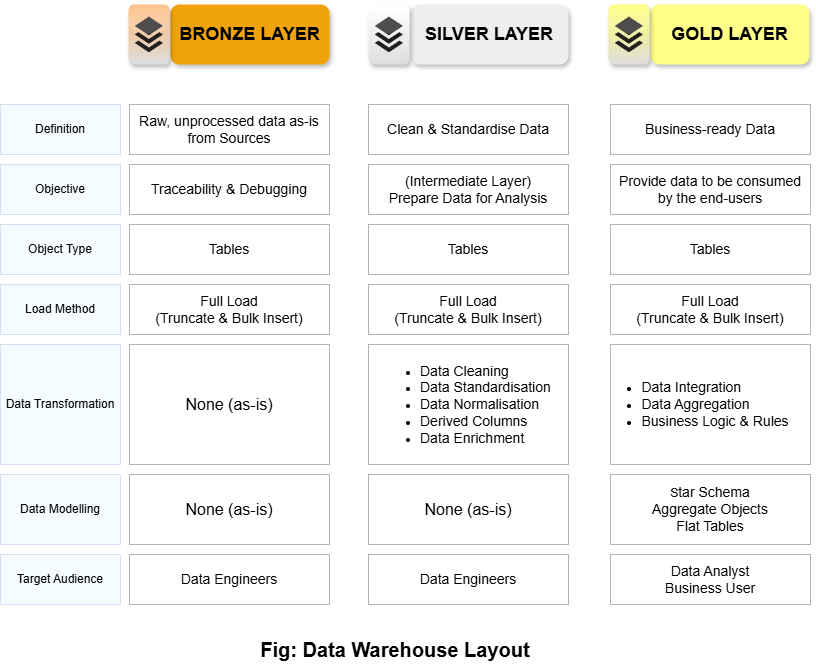
This is architecture/layout.png from abdulbari80/databricks-lakehouse, a draw.io export, as it was before one commit. Source tidied: cells renumbered, new cells last; positions are measured from the earlier drawing's top-left corner, leaving out a move shared by most shapes.
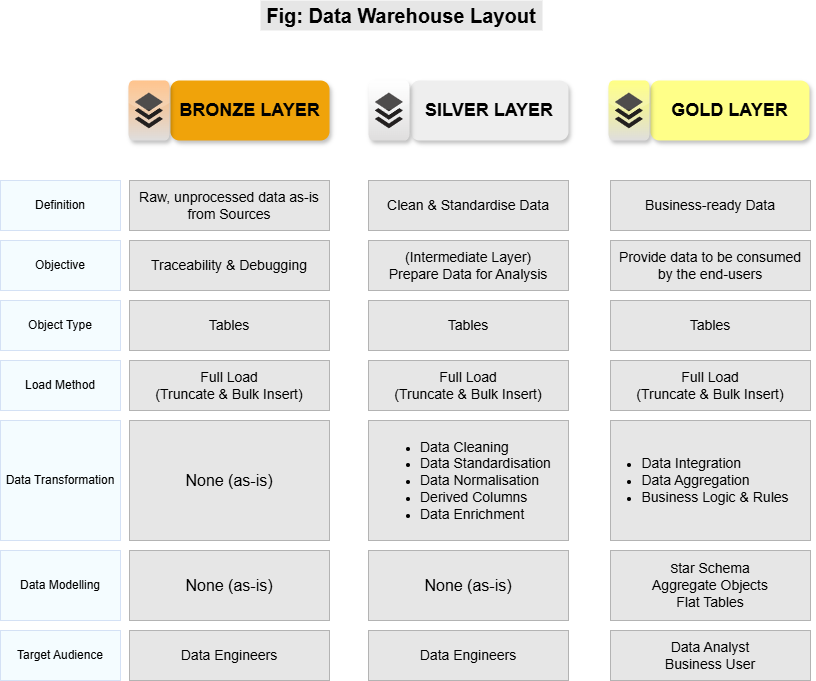
Above is the later version.

What changed in the source:
```diff
@@ -11,10 +11,10 @@
     <mxCell id="4" value="&lt;font style=&quot;font-size: 18px;&quot;&gt;&lt;b&gt;GOLD LAYER&lt;/b&gt;&lt;/font&gt;" style="rounded=1;whiteSpace=wrap;html=1;fillColor=#ffff88;strokeColor=none;shadow=1;" parent="1" vertex="1">
       <mxGeometry x="650" width="159" height="60" as="geometry" />
     </mxCell>
-    <mxCell id="5" value="Raw, unprocessed data as-is from Sources" style="rounded=0;whiteSpace=wrap;html=1;fontSize=14;strokeColor=#B3B3B3;" parent="1" vertex="1">
+    <mxCell id="5" value="Raw, unprocessed data as-is from Sources" style="rounded=0;whiteSpace=wrap;html=1;fontSize=14;strokeColor=#B3B3B3;fillColor=#E6E6E6;" parent="1" vertex="1">
       <mxGeometry x="129" y="100" width="200" height="50" as="geometry" />
     </mxCell>
-    <mxCell id="6" value="&lt;span style=&quot;font-size: 14px;&quot;&gt;Traceability &amp;amp; Debugging&lt;/span&gt;" style="rounded=0;whiteSpace=wrap;html=1;strokeColor=#B3B3B3;" parent="1" vertex="1">
+    <mxCell id="6" value="&lt;span style=&quot;font-size: 14px;&quot;&gt;Traceability &amp;amp; Debugging&lt;/span&gt;" style="rounded=0;whiteSpace=wrap;html=1;strokeColor=#B3B3B3;fillColor=#E6E6E6;" parent="1" vertex="1">
       <mxGeometry x="129" y="160" width="200" height="50" as="geometry" />
     </mxCell>
     <mxCell id="7" value="Definition" style="rounded=0;whiteSpace=wrap;html=1;strokeColor=#D4E1F5;fillColor=#F4FCFF;" parent="1" vertex="1">
@@ -26,16 +26,16 @@
     <mxCell id="9" value="Object Type" style="rounded=0;whiteSpace=wrap;html=1;strokeColor=#D4E1F5;fillColor=#F4FCFF;" parent="1" vertex="1">
       <mxGeometry y="220" width="120" height="50" as="geometry" />
     </mxCell>
-    <mxCell id="10" value="&lt;font style=&quot;font-size: 14px;&quot;&gt;Tables&lt;/font&gt;" style="rounded=0;whiteSpace=wrap;html=1;strokeColor=#B3B3B3;" parent="1" vertex="1">
+    <mxCell id="10" value="&lt;font style=&quot;font-size: 14px;&quot;&gt;Tables&lt;/font&gt;" style="rounded=0;whiteSpace=wrap;html=1;strokeColor=#B3B3B3;fillColor=#E6E6E6;" parent="1" vertex="1">
       <mxGeometry x="129" y="220" width="200" height="50" as="geometry" />
     </mxCell>
     <mxCell id="11" value="Load Method" style="rounded=0;whiteSpace=wrap;html=1;strokeColor=#D4E1F5;fillColor=#F4FCFF;" parent="1" vertex="1">
       <mxGeometry y="280" width="120" height="50" as="geometry" />
     </mxCell>
-    <mxCell id="12" value="&lt;font style=&quot;font-size: 14px;&quot;&gt;Full Load&lt;/font&gt;&lt;div&gt;&lt;font style=&quot;font-size: 14px;&quot;&gt;(Truncate &amp;amp; Bulk Insert)&lt;/font&gt;&lt;/div&gt;" style="rounded=0;whiteSpace=wrap;html=1;strokeColor=#B3B3B3;" parent="1" vertex="1">
+    <mxCell id="12" value="&lt;font style=&quot;font-size: 14px;&quot;&gt;Full Load&lt;/font&gt;&lt;div&gt;&lt;font style=&quot;font-size: 14px;&quot;&gt;(Truncate &amp;amp; Bulk Insert)&lt;/font&gt;&lt;/div&gt;" style="rounded=0;whiteSpace=wrap;html=1;strokeColor=#B3B3B3;fillColor=#E6E6E6;" parent="1" vertex="1">
       <mxGeometry x="129" y="280" width="200" height="50" as="geometry" />
     </mxCell>
-    <mxCell id="13" value="&lt;font style=&quot;font-size: 16px;&quot;&gt;None (as-is)&lt;/font&gt;" style="rounded=0;whiteSpace=wrap;html=1;strokeColor=#B3B3B3;" parent="1" vertex="1">
+    <mxCell id="13" value="&lt;font style=&quot;font-size: 16px;&quot;&gt;None (as-is)&lt;/font&gt;" style="rounded=0;whiteSpace=wrap;html=1;strokeColor=#B3B3B3;fillColor=#E6E6E6;" parent="1" vertex="1">
       <mxGeometry x="129" y="340" width="200" height="120" as="geometry" />
     </mxCell>
     <mxCell id="14" value="Data Transformation" style="rounded=0;whiteSpace=wrap;html=1;strokeColor=#D4E1F5;fillColor=#F4FCFF;" parent="1" vertex="1">
@@ -44,55 +44,55 @@
     <mxCell id="15" value="Data Modelling" style="rounded=0;whiteSpace=wrap;html=1;strokeColor=#D4E1F5;fillColor=#F4FCFF;" parent="1" vertex="1">
       <mxGeometry y="470" width="120" height="70" as="geometry" />
     </mxCell>
-    <mxCell id="16" value="&lt;font style=&quot;font-size: 16px;&quot;&gt;None (as-is)&lt;/font&gt;" style="rounded=0;whiteSpace=wrap;html=1;strokeColor=#B3B3B3;" parent="1" vertex="1">
+    <mxCell id="16" value="&lt;font style=&quot;font-size: 16px;&quot;&gt;None (as-is)&lt;/font&gt;" style="rounded=0;whiteSpace=wrap;html=1;strokeColor=#B3B3B3;fillColor=#E6E6E6;" parent="1" vertex="1">
       <mxGeometry x="129" y="470" width="200" height="70" as="geometry" />
     </mxCell>
     <mxCell id="17" value="Target Audience" style="rounded=0;whiteSpace=wrap;html=1;strokeColor=#D4E1F5;fillColor=#F4FCFF;" parent="1" vertex="1">
       <mxGeometry y="550" width="120" height="50" as="geometry" />
     </mxCell>
-    <mxCell id="18" value="&lt;font style=&quot;font-size: 14px;&quot;&gt;Data Engineers&lt;/font&gt;" style="rounded=0;whiteSpace=wrap;html=1;strokeColor=#B3B3B3;" parent="1" vertex="1">
+    <mxCell id="18" value="&lt;font style=&quot;font-size: 14px;&quot;&gt;Data Engineers&lt;/font&gt;" style="rounded=0;whiteSpace=wrap;html=1;strokeColor=#B3B3B3;fillColor=#E6E6E6;" parent="1" vertex="1">
       <mxGeometry x="129" y="550" width="200" height="50" as="geometry" />
     </mxCell>
-    <mxCell id="19" value="Clean &amp;amp; Standardise Data" style="rounded=0;whiteSpace=wrap;html=1;fontSize=14;strokeColor=#B3B3B3;" parent="1" vertex="1">
+    <mxCell id="19" value="Clean &amp;amp; Standardise Data" style="rounded=0;whiteSpace=wrap;html=1;fontSize=14;strokeColor=#B3B3B3;fillColor=#E6E6E6;" parent="1" vertex="1">
       <mxGeometry x="368" y="100" width="200" height="50" as="geometry" />
     </mxCell>
-    <mxCell id="20" value="&lt;span style=&quot;font-size: 14px;&quot;&gt;(Intermediate Layer)&lt;/span&gt;&lt;div&gt;&lt;span style=&quot;font-size: 14px;&quot;&gt;Prepare Data for Analysis&lt;/span&gt;&lt;/div&gt;" style="rounded=0;whiteSpace=wrap;html=1;strokeColor=#B3B3B3;" parent="1" vertex="1">
+    <mxCell id="20" value="&lt;span style=&quot;font-size: 14px;&quot;&gt;(Intermediate Layer)&lt;/span&gt;&lt;div&gt;&lt;span style=&quot;font-size: 14px;&quot;&gt;Prepare Data for Analysis&lt;/span&gt;&lt;/div&gt;" style="rounded=0;whiteSpace=wrap;html=1;strokeColor=#B3B3B3;fillColor=#E6E6E6;" parent="1" vertex="1">
       <mxGeometry x="368" y="160" width="200" height="50" as="geometry" />
     </mxCell>
-    <mxCell id="21" value="&lt;font style=&quot;font-size: 14px;&quot;&gt;Tables&lt;/font&gt;" style="rounded=0;whiteSpace=wrap;html=1;strokeColor=#B3B3B3;" parent="1" vertex="1">
+    <mxCell id="21" value="&lt;font style=&quot;font-size: 14px;&quot;&gt;Tables&lt;/font&gt;" style="rounded=0;whiteSpace=wrap;html=1;strokeColor=#B3B3B3;fillColor=#E6E6E6;" parent="1" vertex="1">
       <mxGeometry x="368" y="220" width="200" height="50" as="geometry" />
     </mxCell>
-    <mxCell id="22" value="&lt;font style=&quot;font-size: 14px;&quot;&gt;Full Load&lt;/font&gt;&lt;div&gt;&lt;font style=&quot;font-size: 14px;&quot;&gt;(Truncate &amp;amp; Bulk Insert)&lt;/font&gt;&lt;/div&gt;" style="rounded=0;whiteSpace=wrap;html=1;strokeColor=#B3B3B3;" parent="1" vertex="1">
+    <mxCell id="22" value="&lt;font style=&quot;font-size: 14px;&quot;&gt;Full Load&lt;/font&gt;&lt;div&gt;&lt;font style=&quot;font-size: 14px;&quot;&gt;(Truncate &amp;amp; Bulk Insert)&lt;/font&gt;&lt;/div&gt;" style="rounded=0;whiteSpace=wrap;html=1;strokeColor=#B3B3B3;fillColor=#E6E6E6;" parent="1" vertex="1">
       <mxGeometry x="368" y="280" width="200" height="50" as="geometry" />
     </mxCell>
-    <mxCell id="23" value="&lt;blockquote style=&quot;margin: 0 0 0 40px; border: none; padding: 0px;&quot;&gt;&lt;ul style=&quot;padding-left: 10px;&quot;&gt;&lt;li style=&quot;&quot;&gt;&lt;font style=&quot;font-size: 14px;&quot;&gt;Data Cleaning&lt;/font&gt;&lt;/li&gt;&lt;li style=&quot;&quot;&gt;&lt;font style=&quot;font-size: 14px;&quot;&gt;Data Standardisation&lt;/font&gt;&lt;/li&gt;&lt;li style=&quot;&quot;&gt;&lt;font style=&quot;font-size: 14px;&quot;&gt;Data Normalisation&lt;/font&gt;&lt;/li&gt;&lt;li style=&quot;&quot;&gt;&lt;font style=&quot;font-size: 14px;&quot;&gt;Derived Columns&lt;/font&gt;&lt;/li&gt;&lt;li style=&quot;&quot;&gt;&lt;font style=&quot;font-size: 14px;&quot;&gt;Data Enrichment&lt;/font&gt;&lt;/li&gt;&lt;/ul&gt;&lt;/blockquote&gt;" style="rounded=0;whiteSpace=wrap;html=1;align=left;strokeColor=#B3B3B3;" parent="1" vertex="1">
+    <mxCell id="23" value="&lt;blockquote style=&quot;margin: 0 0 0 40px; border: none; padding: 0px;&quot;&gt;&lt;ul style=&quot;padding-left: 10px;&quot;&gt;&lt;li style=&quot;&quot;&gt;&lt;font style=&quot;font-size: 14px;&quot;&gt;Data Cleaning&lt;/font&gt;&lt;/li&gt;&lt;li style=&quot;&quot;&gt;&lt;font style=&quot;font-size: 14px;&quot;&gt;Data Standardisation&lt;/font&gt;&lt;/li&gt;&lt;li style=&quot;&quot;&gt;&lt;font style=&quot;font-size: 14px;&quot;&gt;Data Normalisation&lt;/font&gt;&lt;/li&gt;&lt;li style=&quot;&quot;&gt;&lt;font style=&quot;font-size: 14px;&quot;&gt;Derived Columns&lt;/font&gt;&lt;/li&gt;&lt;li style=&quot;&quot;&gt;&lt;font style=&quot;font-size: 14px;&quot;&gt;Data Enrichment&lt;/font&gt;&lt;/li&gt;&lt;/ul&gt;&lt;/blockquote&gt;" style="rounded=0;whiteSpace=wrap;html=1;align=left;strokeColor=#B3B3B3;fillColor=#E6E6E6;" parent="1" vertex="1">
       <mxGeometry x="368" y="340" width="200" height="120" as="geometry" />
     </mxCell>
-    <mxCell id="24" value="&lt;font style=&quot;font-size: 16px;&quot;&gt;None (as-is)&lt;/font&gt;" style="rounded=0;whiteSpace=wrap;html=1;strokeColor=#B3B3B3;" parent="1" vertex="1">
+    <mxCell id="24" value="&lt;font style=&quot;font-size: 16px;&quot;&gt;None (as-is)&lt;/font&gt;" style="rounded=0;whiteSpace=wrap;html=1;strokeColor=#B3B3B3;fillColor=#E6E6E6;" parent="1" vertex="1">
       <mxGeometry x="368" y="470" width="200" height="70" as="geometry" />
     </mxCell>
-    <mxCell id="25" value="&lt;font style=&quot;font-size: 14px;&quot;&gt;Data Engineers&lt;/font&gt;" style="rounded=0;whiteSpace=wrap;html=1;strokeColor=#B3B3B3;" parent="1" vertex="1">
+    <mxCell id="25" value="&lt;font style=&quot;font-size: 14px;&quot;&gt;Data Engineers&lt;/font&gt;" style="rounded=0;whiteSpace=wrap;html=1;strokeColor=#B3B3B3;fillColor=#E6E6E6;" parent="1" vertex="1">
       <mxGeometry x="368" y="550" width="200" height="50" as="geometry" />
     </mxCell>
-    <mxCell id="26" value="Business-ready Data" style="rounded=0;whiteSpace=wrap;html=1;fontSize=14;strokeColor=#B3B3B3;" parent="1" vertex="1">
+    <mxCell id="26" value="Business-ready Data" style="rounded=0;whiteSpace=wrap;html=1;fontSize=14;strokeColor=#B3B3B3;fillColor=#E6E6E6;" parent="1" vertex="1">
       <mxGeometry x="610" y="100" width="200" height="50" as="geometry" />
     </mxCell>
-    <mxCell id="27" value="&lt;span style=&quot;font-size: 14px;&quot;&gt;Provide data to be consumed by the end-users&lt;/span&gt;" style="rounded=0;whiteSpace=wrap;html=1;strokeColor=#B3B3B3;" parent="1" vertex="1">
+    <mxCell id="27" value="&lt;span style=&quot;font-size: 14px;&quot;&gt;Provide data to be consumed by the end-users&lt;/span&gt;" style="rounded=0;whiteSpace=wrap;html=1;strokeColor=#B3B3B3;fillColor=#E6E6E6;" parent="1" vertex="1">
       <mxGeometry x="610" y="160" width="200" height="50" as="geometry" />
     </mxCell>
-    <mxCell id="28" value="&lt;font style=&quot;font-size: 14px;&quot;&gt;Tables&lt;/font&gt;" style="rounded=0;whiteSpace=wrap;html=1;strokeColor=#B3B3B3;" parent="1" vertex="1">
+    <mxCell id="28" value="&lt;font style=&quot;font-size: 14px;&quot;&gt;Tables&lt;/font&gt;" style="rounded=0;whiteSpace=wrap;html=1;strokeColor=#B3B3B3;fillColor=#E6E6E6;" parent="1" vertex="1">
       <mxGeometry x="610" y="220" width="200" height="50" as="geometry" />
     </mxCell>
-    <mxCell id="29" value="&lt;font style=&quot;font-size: 14px;&quot;&gt;Full Load&lt;/font&gt;&lt;div&gt;&lt;font style=&quot;font-size: 14px;&quot;&gt;(Truncate &amp;amp; Bulk Insert)&lt;/font&gt;&lt;/div&gt;" style="rounded=0;whiteSpace=wrap;html=1;strokeColor=#B3B3B3;" parent="1" vertex="1">
+    <mxCell id="29" value="&lt;font style=&quot;font-size: 14px;&quot;&gt;Full Load&lt;/font&gt;&lt;div&gt;&lt;font style=&quot;font-size: 14px;&quot;&gt;(Truncate &amp;amp; Bulk Insert)&lt;/font&gt;&lt;/div&gt;" style="rounded=0;whiteSpace=wrap;html=1;strokeColor=#B3B3B3;fillColor=#E6E6E6;" parent="1" vertex="1">
       <mxGeometry x="610" y="280" width="200" height="50" as="geometry" />
     </mxCell>
-    <mxCell id="30" value="&lt;div style=&quot;text-align: left;&quot;&gt;&lt;ul style=&quot;padding-left: 10px;&quot;&gt;&lt;li&gt;&lt;span style=&quot;background-color: transparent; color: light-dark(rgb(0, 0, 0), rgb(255, 255, 255));&quot;&gt;&lt;font style=&quot;font-size: 14px;&quot;&gt;Data Integration&lt;/font&gt;&lt;/span&gt;&lt;/li&gt;&lt;li&gt;&lt;font style=&quot;font-size: 14px;&quot;&gt;Data Aggregation&lt;/font&gt;&lt;/li&gt;&lt;li&gt;&lt;font style=&quot;font-size: 14px;&quot;&gt;Business Logic &amp;amp; Rules&lt;/font&gt;&lt;/li&gt;&lt;/ul&gt;&lt;/div&gt;" style="rounded=0;whiteSpace=wrap;html=1;strokeColor=#B3B3B3;" parent="1" vertex="1">
+    <mxCell id="30" value="&lt;div style=&quot;text-align: left;&quot;&gt;&lt;ul style=&quot;padding-left: 10px;&quot;&gt;&lt;li&gt;&lt;span style=&quot;background-color: transparent; color: light-dark(rgb(0, 0, 0), rgb(255, 255, 255));&quot;&gt;&lt;font style=&quot;font-size: 14px;&quot;&gt;Data Integration&lt;/font&gt;&lt;/span&gt;&lt;/li&gt;&lt;li&gt;&lt;font style=&quot;font-size: 14px;&quot;&gt;Data Aggregation&lt;/font&gt;&lt;/li&gt;&lt;li&gt;&lt;font style=&quot;font-size: 14px;&quot;&gt;Business Logic &amp;amp; Rules&lt;/font&gt;&lt;/li&gt;&lt;/ul&gt;&lt;/div&gt;" style="rounded=0;whiteSpace=wrap;html=1;strokeColor=#B3B3B3;fillColor=#E6E6E6;" parent="1" vertex="1">
       <mxGeometry x="610" y="340" width="200" height="120" as="geometry" />
     </mxCell>
-    <mxCell id="31" value="S&lt;font style=&quot;font-size: 14px;&quot;&gt;tar Schema&lt;/font&gt;&lt;div&gt;&lt;font style=&quot;font-size: 14px;&quot;&gt;Aggregate Objects&lt;/font&gt;&lt;/div&gt;&lt;div&gt;&lt;font style=&quot;font-size: 14px;&quot;&gt;Flat Tables&lt;/font&gt;&lt;/div&gt;" style="rounded=0;whiteSpace=wrap;html=1;strokeColor=#B3B3B3;" parent="1" vertex="1">
+    <mxCell id="31" value="S&lt;font style=&quot;font-size: 14px;&quot;&gt;tar Schema&lt;/font&gt;&lt;div&gt;&lt;font style=&quot;font-size: 14px;&quot;&gt;Aggregate Objects&lt;/font&gt;&lt;/div&gt;&lt;div&gt;&lt;font style=&quot;font-size: 14px;&quot;&gt;Flat Tables&lt;/font&gt;&lt;/div&gt;" style="rounded=0;whiteSpace=wrap;html=1;strokeColor=#B3B3B3;fillColor=#E6E6E6;" parent="1" vertex="1">
       <mxGeometry x="610" y="470" width="200" height="70" as="geometry" />
     </mxCell>
-    <mxCell id="32" value="&lt;font style=&quot;font-size: 14px;&quot;&gt;Data Analyst&lt;/font&gt;&lt;div&gt;&lt;span style=&quot;font-size: 14px;&quot;&gt;Business User&lt;/span&gt;&lt;/div&gt;" style="rounded=0;whiteSpace=wrap;html=1;strokeColor=#B3B3B3;" parent="1" vertex="1">
+    <mxCell id="32" value="&lt;font style=&quot;font-size: 14px;&quot;&gt;Data Analyst&lt;/font&gt;&lt;div&gt;&lt;span style=&quot;font-size: 14px;&quot;&gt;Business User&lt;/span&gt;&lt;/div&gt;" style="rounded=0;whiteSpace=wrap;html=1;strokeColor=#B3B3B3;fillColor=#E6E6E6;" parent="1" vertex="1">
       <mxGeometry x="610" y="550" width="200" height="50" as="geometry" />
     </mxCell>
     <mxCell id="33" style="dashed=0;html=1;align=center;labelPosition=center;verticalLabelPosition=bottom;verticalAlign=top;shape=mxgraph.webicons.buffer;gradientColor=#DFDEDE;fillColor=#FFB570;shadow=1;" parent="1" vertex="1">
@@ -104,8 +104,8 @@
     <mxCell id="35" style="dashed=0;html=1;align=center;labelPosition=center;verticalLabelPosition=bottom;verticalAlign=top;shape=mxgraph.webicons.buffer;gradientColor=#DFDEDE;fillColor=#FFFF66;shadow=1;" parent="1" vertex="1">
       <mxGeometry x="608" width="41" height="60" as="geometry" />
     </mxCell>
-    <mxCell id="36" value="&lt;font style=&quot;font-size: 20px;&quot;&gt;&lt;b&gt;Fig: Data Warehouse Layout&lt;/b&gt;&lt;/font&gt;" style="text;html=1;align=center;verticalAlign=middle;whiteSpace=wrap;rounded=0;" parent="1" vertex="1">
-      <mxGeometry x="254" y="630" width="282" height="30" as="geometry" />
+    <mxCell id="36" value="&lt;font style=&quot;font-size: 20px;&quot;&gt;&lt;b&gt;Fig: Data Warehouse Layout&lt;/b&gt;&lt;/font&gt;" style="text;html=1;align=center;verticalAlign=middle;whiteSpace=wrap;rounded=0;fillColor=#E6E6E6;" parent="1" vertex="1">
+      <mxGeometry x="260" y="-80" width="282" height="30" as="geometry" />
     </mxCell>
   </root>
 </mxGraphModel>
```
